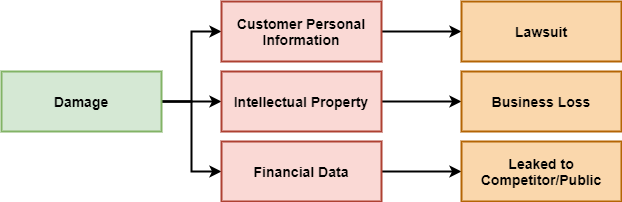
Earlier version of the draw.io export assets/WebSecurityDamage.png (gungunfebrianza/Deep-Tech-Web-Security). Source tidied: cells renumbered, new cells last; positions are measured from the earlier drawing's top-left corner, leaving out a move shared by most shapes. Source of this version:
```xml
<mxGraphModel>
  <root>
    <mxCell id="0" />
    <mxCell id="1" parent="0" />
    <mxCell id="2" style="edgeStyle=orthogonalEdgeStyle;rounded=0;jettySize=auto;html=1;exitX=1;exitY=0.5;exitDx=0;exitDy=0;strokeWidth=2;" parent="1" edge="1" source="5" target="10">
      <mxGeometry relative="1" as="geometry" />
    </mxCell>
    <mxCell id="3" style="edgeStyle=orthogonalEdgeStyle;rounded=0;jettySize=auto;html=1;exitX=1;exitY=0.5;exitDx=0;exitDy=0;entryX=0;entryY=0.5;entryDx=0;entryDy=0;strokeWidth=2;" parent="1" edge="1" source="5" target="13">
      <mxGeometry relative="1" as="geometry" />
    </mxCell>
    <mxCell id="4" style="edgeStyle=orthogonalEdgeStyle;rounded=0;jettySize=auto;html=1;exitX=1;exitY=0.5;exitDx=0;exitDy=0;entryX=0;entryY=0.5;entryDx=0;entryDy=0;strokeWidth=2;" parent="1" edge="1" source="5" target="7">
      <mxGeometry relative="1" as="geometry" />
    </mxCell>
    <mxCell id="5" value="&lt;font style=&quot;font-size: 14px&quot;&gt;Damage&lt;/font&gt;" style="rounded=0;whiteSpace=wrap;html=1;fillColor=#d5e8d4;strokeColor=#82b366;fontStyle=1;spacing=2;strokeWidth=2;" parent="1" vertex="1">
      <mxGeometry y="70" width="160" height="60" as="geometry" />
    </mxCell>
    <mxCell id="6" style="edgeStyle=orthogonalEdgeStyle;rounded=0;jettySize=auto;html=1;strokeWidth=2;" parent="1" edge="1" source="7" target="8">
      <mxGeometry relative="1" as="geometry" />
    </mxCell>
    <mxCell id="7" value="&lt;span style=&quot;font-size: 14px&quot;&gt;Customer Personal Information&lt;/span&gt;" style="rounded=0;whiteSpace=wrap;html=1;fillColor=#fad9d5;strokeColor=#ae4132;fontStyle=1;spacing=2;strokeWidth=2;" parent="1" vertex="1">
      <mxGeometry x="220" width="160" height="60" as="geometry" />
    </mxCell>
    <mxCell id="8" value="&lt;span style=&quot;font-size: 14px&quot;&gt;Lawsuit&lt;/span&gt;" style="rounded=0;whiteSpace=wrap;html=1;fillColor=#fad7ac;strokeColor=#b46504;fontStyle=1;spacing=2;strokeWidth=2;" parent="1" vertex="1">
      <mxGeometry x="460" width="160" height="60" as="geometry" />
    </mxCell>
    <mxCell id="9" style="edgeStyle=orthogonalEdgeStyle;rounded=0;jettySize=auto;html=1;exitX=1;exitY=0.5;exitDx=0;exitDy=0;strokeWidth=2;" parent="1" edge="1" source="10" target="11">
      <mxGeometry relative="1" as="geometry" />
    </mxCell>
    <mxCell id="10" value="&lt;span style=&quot;font-size: 14px&quot;&gt;Intellectual Property&lt;/span&gt;" style="rounded=0;whiteSpace=wrap;html=1;fillColor=#fad9d5;strokeColor=#ae4132;fontStyle=1;spacing=2;strokeWidth=2;" parent="1" vertex="1">
      <mxGeometry x="220" y="70" width="160" height="60" as="geometry" />
    </mxCell>
    <mxCell id="11" value="&lt;span style=&quot;font-size: 14px&quot;&gt;Business Loss&lt;/span&gt;" style="rounded=0;whiteSpace=wrap;html=1;fillColor=#fad7ac;strokeColor=#b46504;fontStyle=1;spacing=2;strokeWidth=2;" parent="1" vertex="1">
      <mxGeometry x="460" y="70" width="160" height="60" as="geometry" />
    </mxCell>
    <mxCell id="12" style="edgeStyle=orthogonalEdgeStyle;rounded=0;jettySize=auto;html=1;exitX=1;exitY=0.5;exitDx=0;exitDy=0;strokeWidth=2;" parent="1" edge="1" source="13" target="14">
      <mxGeometry relative="1" as="geometry" />
    </mxCell>
    <mxCell id="13" value="&lt;span style=&quot;font-size: 14px&quot;&gt;Financial Data&lt;/span&gt;" style="rounded=0;whiteSpace=wrap;html=1;fillColor=#fad9d5;strokeColor=#ae4132;fontStyle=1;spacing=2;strokeWidth=2;" parent="1" vertex="1">
      <mxGeometry x="220" y="140" width="160" height="60" as="geometry" />
    </mxCell>
    <mxCell id="14" value="&lt;span style=&quot;font-size: 14px&quot;&gt;Leaked to Competitor/Public&lt;/span&gt;" style="rounded=0;whiteSpace=wrap;html=1;fillColor=#fad7ac;strokeColor=#b46504;fontStyle=1;spacing=2;strokeWidth=2;" parent="1" vertex="1">
      <mxGeometry x="460" y="140" width="160" height="60" as="geometry" />
    </mxCell>
  </root>
</mxGraphModel>
```
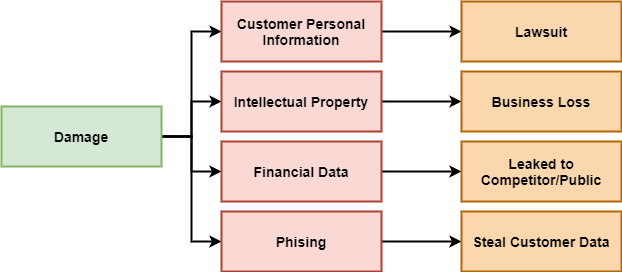
The same file after the commit.

Change to the diagram source:
```diff
@@ -11,8 +11,11 @@
     <mxCell id="4" style="edgeStyle=orthogonalEdgeStyle;rounded=0;jettySize=auto;html=1;exitX=1;exitY=0.5;exitDx=0;exitDy=0;entryX=0;entryY=0.5;entryDx=0;entryDy=0;strokeWidth=2;" parent="1" edge="1" source="5" target="7">
       <mxGeometry relative="1" as="geometry" />
     </mxCell>
+    <mxCell id="15" style="edgeStyle=orthogonalEdgeStyle;rounded=0;jettySize=auto;html=1;exitX=1;exitY=0.5;exitDx=0;exitDy=0;entryX=0;entryY=0.5;entryDx=0;entryDy=0;strokeWidth=2;" parent="1" edge="1" source="5" target="17">
+      <mxGeometry relative="1" as="geometry" />
+    </mxCell>
     <mxCell id="5" value="&lt;font style=&quot;font-size: 14px&quot;&gt;Damage&lt;/font&gt;" style="rounded=0;whiteSpace=wrap;html=1;fillColor=#d5e8d4;strokeColor=#82b366;fontStyle=1;spacing=2;strokeWidth=2;" parent="1" vertex="1">
-      <mxGeometry y="70" width="160" height="60" as="geometry" />
+      <mxGeometry y="105" width="160" height="60" as="geometry" />
     </mxCell>
     <mxCell id="6" style="edgeStyle=orthogonalEdgeStyle;rounded=0;jettySize=auto;html=1;strokeWidth=2;" parent="1" edge="1" source="7" target="8">
       <mxGeometry relative="1" as="geometry" />
@@ -41,5 +44,14 @@
     <mxCell id="14" value="&lt;span style=&quot;font-size: 14px&quot;&gt;Leaked to Competitor/Public&lt;/span&gt;" style="rounded=0;whiteSpace=wrap;html=1;fillColor=#fad7ac;strokeColor=#b46504;fontStyle=1;spacing=2;strokeWidth=2;" parent="1" vertex="1">
       <mxGeometry x="460" y="140" width="160" height="60" as="geometry" />
     </mxCell>
+    <mxCell id="16" style="edgeStyle=orthogonalEdgeStyle;rounded=0;jettySize=auto;html=1;exitX=1;exitY=0.5;exitDx=0;exitDy=0;strokeWidth=2;" parent="1" edge="1" source="17" target="18">
+      <mxGeometry relative="1" as="geometry" />
+    </mxCell>
+    <mxCell id="17" value="&lt;span style=&quot;font-size: 14px&quot;&gt;Phising&lt;/span&gt;" style="rounded=0;whiteSpace=wrap;html=1;fillColor=#fad9d5;strokeColor=#ae4132;fontStyle=1;spacing=2;strokeWidth=2;" parent="1" vertex="1">
+      <mxGeometry x="220" y="210" width="160" height="60" as="geometry" />
+    </mxCell>
+    <mxCell id="18" value="&lt;span style=&quot;font-size: 14px&quot;&gt;Steal Customer Data&lt;/span&gt;" style="rounded=0;whiteSpace=wrap;html=1;fillColor=#fad7ac;strokeColor=#b46504;fontStyle=1;spacing=2;strokeWidth=2;" parent="1" vertex="1">
+      <mxGeometry x="460" y="210" width="160" height="60" as="geometry" />
+    </mxCell>
   </root>
 </mxGraphModel>
```
